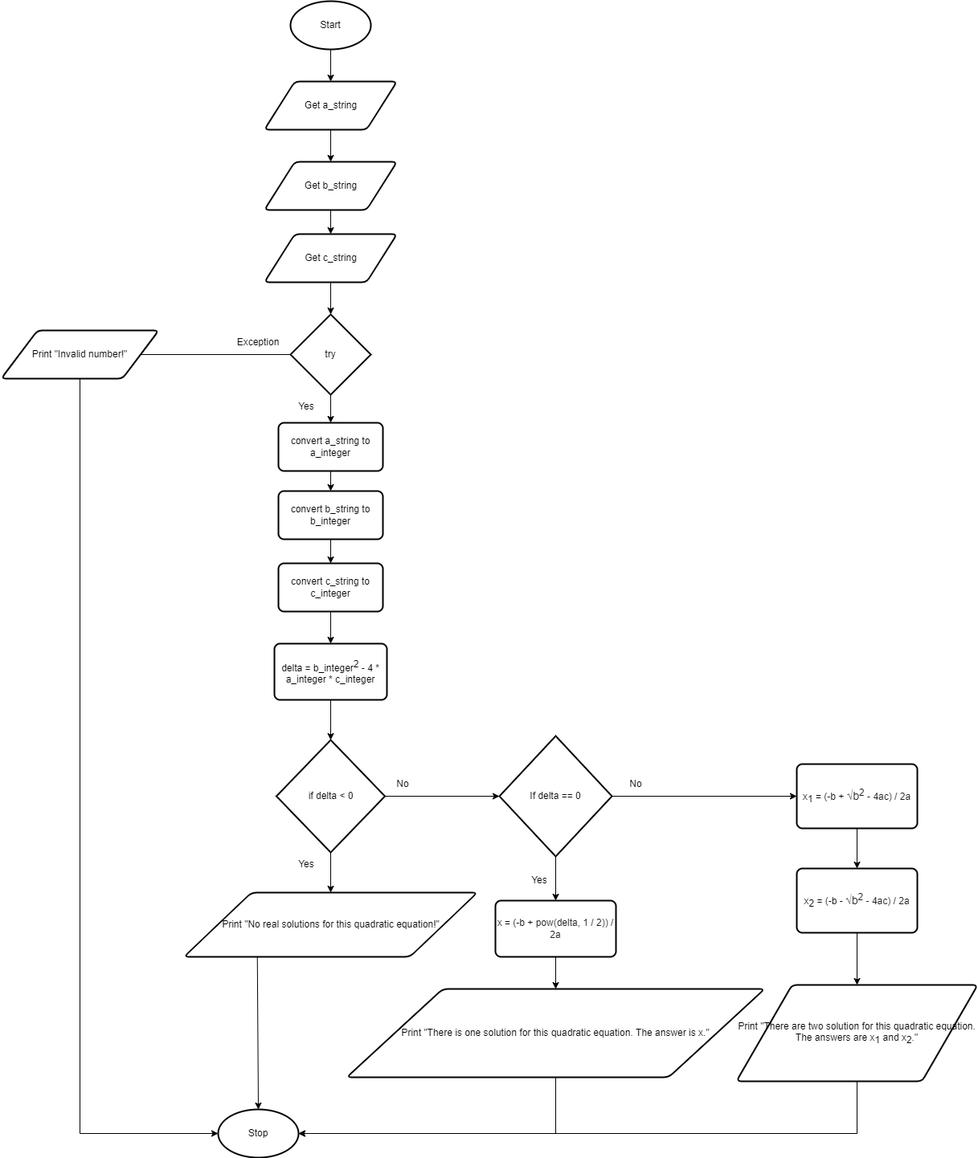
Earlier version of the draw.io export design.quadratic.flowchart.png (Yiyun-Qin/ICS3U-Assignment4-Python). Source tidied: cells renumbered, new cells last; positions are measured from the earlier drawing's top-left corner, leaving out a move shared by most shapes.
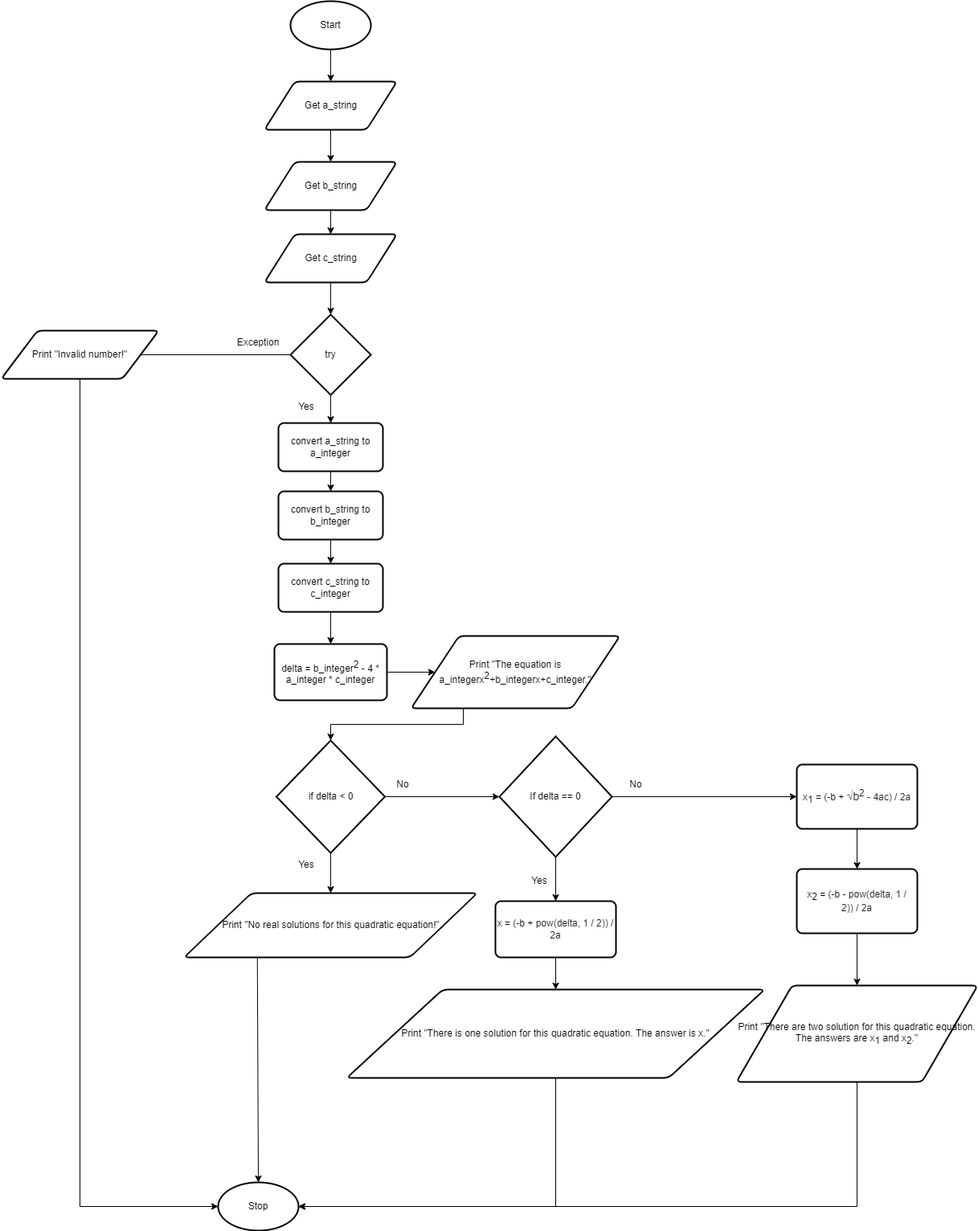
The same file after the commit.

The edit, as a diff of the source:
```diff
@@ -15,7 +15,7 @@
       <mxGeometry x="327.5" y="100" width="165" height="60" as="geometry" />
     </mxCell>
     <mxCell id="6" value="Stop" style="strokeWidth=2;html=1;shape=mxgraph.flowchart.start_1;whiteSpace=wrap;" parent="1" vertex="1">
-      <mxGeometry x="270" y="1380" width="100" height="60" as="geometry" />
+      <mxGeometry x="270" y="1470" width="100" height="60" as="geometry" />
     </mxCell>
     <mxCell id="7" value="Yes" style="text;html=1;strokeColor=none;fillColor=none;align=center;verticalAlign=middle;whiteSpace=wrap;rounded=0;" parent="1" vertex="1">
       <mxGeometry x="350" y="490" width="60" height="30" as="geometry" />
@@ -77,9 +77,9 @@
     <mxCell id="26" value="convert c_string to c&lt;span style=&quot;color: rgba(0 , 0 , 0 , 0) ; font-family: monospace ; font-size: 0px&quot;&gt;%3CmxGraphModel%3E%3Croot%3E%3CmxCell%20id%3D%220%22%2F%3E%3CmxCell%20id%3D%221%22%20parent%3D%220%22%2F%3E%3CmxCell%20id%3D%222%22%20value%3D%22Get%20a_string%22%20style%3D%22shape%3Dparallelogram%3Bhtml%3D1%3BstrokeWidth%3D2%3Bperimeter%3DparallelogramPerimeter%3BwhiteSpace%3Dwrap%3Brounded%3D1%3BarcSize%3D12%3Bsize%3D0.23%3B%22%20vertex%3D%221%22%20parent%3D%221%22%3E%3CmxGeometry%20x%3D%22147.5%22%20y%3D%22100%22%20width%3D%22165%22%20height%3D%2260%22%20as%3D%22geometry%22%2F%3E%3C%2FmxCell%3E%3C%2Froot%3E%3C%2FmxGraphModel%3&lt;/span&gt;_integer" style="rounded=1;whiteSpace=wrap;html=1;absoluteArcSize=1;arcSize=14;strokeWidth=2;" parent="1" vertex="1">
       <mxGeometry x="345" y="700" width="130" height="60" as="geometry" />
     </mxCell>
-    <mxCell id="27" style="edgeStyle=none;html=1;exitX=0.5;exitY=1;exitDx=0;exitDy=0;entryX=0.5;entryY=0;entryDx=0;entryDy=0;entryPerimeter=0;" parent="1" edge="1" source="28" target="31">
-      <mxGeometry relative="1" as="geometry" />
-    </mxCell>
+    <mxCell id="48" style="edgeStyle=orthogonalEdgeStyle;rounded=0;html=1;exitX=1;exitY=0.5;exitDx=0;exitDy=0;fontFamily=Helvetica;fontSize=12;" parent="1" edge="1" source="28" target="50">
+      <mxGeometry relative="1" as="geometry" />
+    </mxCell>
     <mxCell id="28" value="delta = b_integer&lt;sup&gt;2&lt;/sup&gt; - 4 * a_integer * c_integer" style="rounded=1;whiteSpace=wrap;html=1;absoluteArcSize=1;arcSize=14;strokeWidth=2;" parent="1" vertex="1">
       <mxGeometry x="340" y="800" width="140" height="70" as="geometry" />
     </mxCell>
@@ -131,7 +131,7 @@
     <mxCell id="44" style="edgeStyle=none;html=1;exitX=0.5;exitY=1;exitDx=0;exitDy=0;entryX=0.5;entryY=0;entryDx=0;entryDy=0;" parent="1" edge="1" source="45" target="47">
       <mxGeometry relative="1" as="geometry" />
     </mxCell>
-    <mxCell id="45" value="x&lt;span style=&quot;font-size: 10px&quot;&gt;&lt;sub&gt;2&lt;/sub&gt;&lt;/span&gt;&amp;nbsp;= (-b -&amp;nbsp;&lt;span style=&quot;color: rgb(32 , 33 , 36) ; font-family: &amp;#34;arial&amp;#34; , sans-serif ; font-size: 14px ; background-color: rgb(255 , 255 , 255)&quot;&gt;√b&lt;sup&gt;2&lt;/sup&gt;&lt;/span&gt;&lt;span style=&quot;font-size: 11.6667px ; color: rgb(32 , 33 , 36) ; font-family: &amp;#34;arial&amp;#34; , sans-serif ; background-color: rgb(255 , 255 , 255)&quot;&gt;&amp;nbsp;- 4ac) / 2a&lt;/span&gt;" style="rounded=1;whiteSpace=wrap;html=1;absoluteArcSize=1;arcSize=14;strokeWidth=2;" parent="1" vertex="1">
+    <mxCell id="45" value="x&lt;span style=&quot;font-size: 10px&quot;&gt;&lt;sub&gt;2&lt;/sub&gt;&lt;/span&gt;&amp;nbsp;= (-b -&amp;nbsp;&lt;span style=&quot;color: rgb(32 , 33 , 36) ; background-color: rgb(255 , 255 , 255)&quot;&gt;pow(delta, 1 / 2))&lt;/span&gt;&lt;span style=&quot;font-size: 11.6667px ; color: rgb(32 , 33 , 36) ; font-family: &amp;#34;arial&amp;#34; , sans-serif ; background-color: rgb(255 , 255 , 255)&quot;&gt;&amp;nbsp;/ 2a&lt;/span&gt;" style="rounded=1;whiteSpace=wrap;html=1;absoluteArcSize=1;arcSize=14;strokeWidth=2;" parent="1" vertex="1">
       <mxGeometry x="990" y="1080" width="150" height="80" as="geometry" />
     </mxCell>
     <mxCell id="46" style="edgeStyle=orthogonalEdgeStyle;rounded=0;html=1;exitX=0.5;exitY=1;exitDx=0;exitDy=0;entryX=1;entryY=0.5;entryDx=0;entryDy=0;entryPerimeter=0;" parent="1" edge="1" source="47" target="6">
@@ -140,5 +140,11 @@
     <mxCell id="47" value="Print &quot;There are two solution for this quadratic equation. The answers are x&lt;sub&gt;1&lt;/sub&gt; and x&lt;sub&gt;2&lt;/sub&gt;.&quot;" style="shape=parallelogram;html=1;strokeWidth=2;perimeter=parallelogramPerimeter;whiteSpace=wrap;rounded=1;arcSize=12;size=0.23;" parent="1" vertex="1">
       <mxGeometry x="915" y="1225" width="300" height="120" as="geometry" />
     </mxCell>
+    <mxCell id="49" style="edgeStyle=orthogonalEdgeStyle;rounded=0;html=1;exitX=0.25;exitY=1;exitDx=0;exitDy=0;entryX=0.5;entryY=0;entryDx=0;entryDy=0;entryPerimeter=0;fontFamily=Helvetica;fontSize=12;" parent="1" edge="1" source="50" target="31">
+      <mxGeometry relative="1" as="geometry" />
+    </mxCell>
+    <mxCell id="50" value="Print &quot;The equation is a_integerx&lt;sup&gt;2&lt;/sup&gt;+b_integerx+c_integer.&quot;" style="shape=parallelogram;html=1;strokeWidth=2;perimeter=parallelogramPerimeter;whiteSpace=wrap;rounded=1;arcSize=12;size=0.23;fontFamily=Helvetica;fontSize=12;" parent="1" vertex="1">
+      <mxGeometry x="510" y="790" width="260" height="90" as="geometry" />
+    </mxCell>
   </root>
 </mxGraphModel>
```
